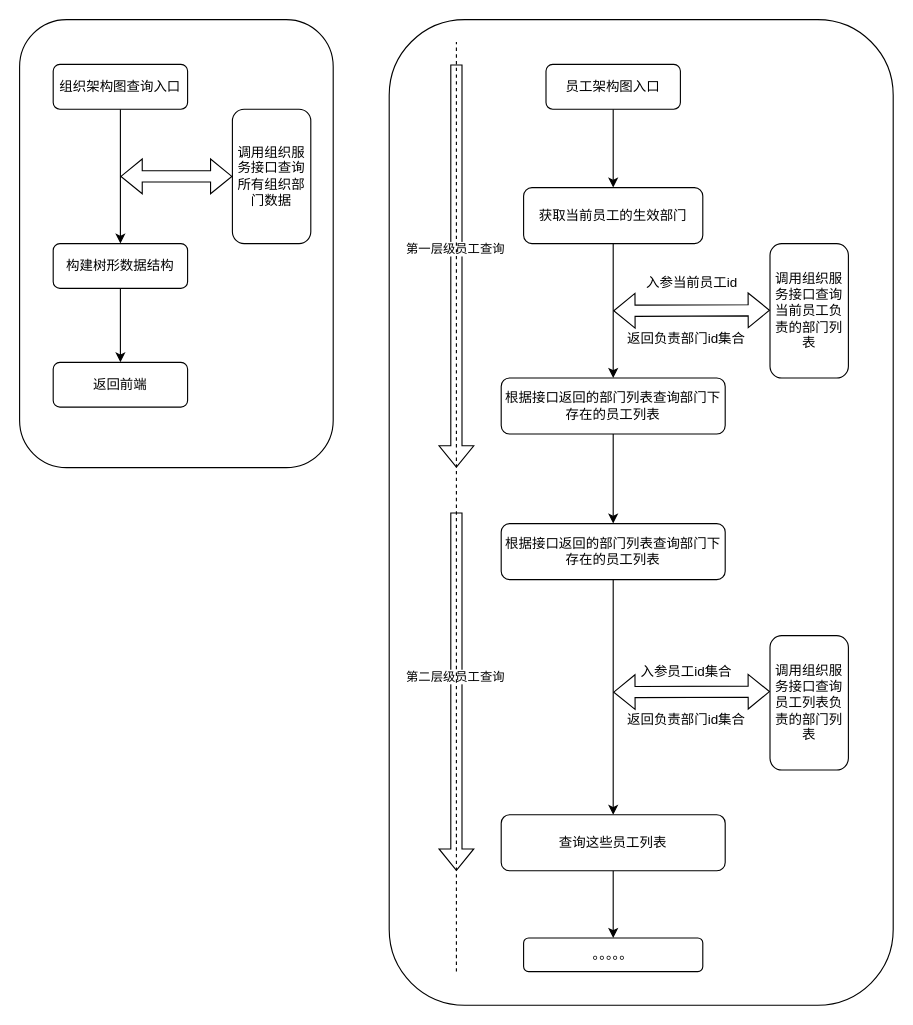
Above: 我的团队.drawio in Super-YYQ/drawIo (draw.io), before the change. Source tidied: cells renumbered, new cells numbered last; positions are measured from the earlier drawing's top-left corner, leaving out a move shared by most shapes. Both pictures are drawn from the tidied source at 112%, with x=0, y=0 at pixel (19, 19).
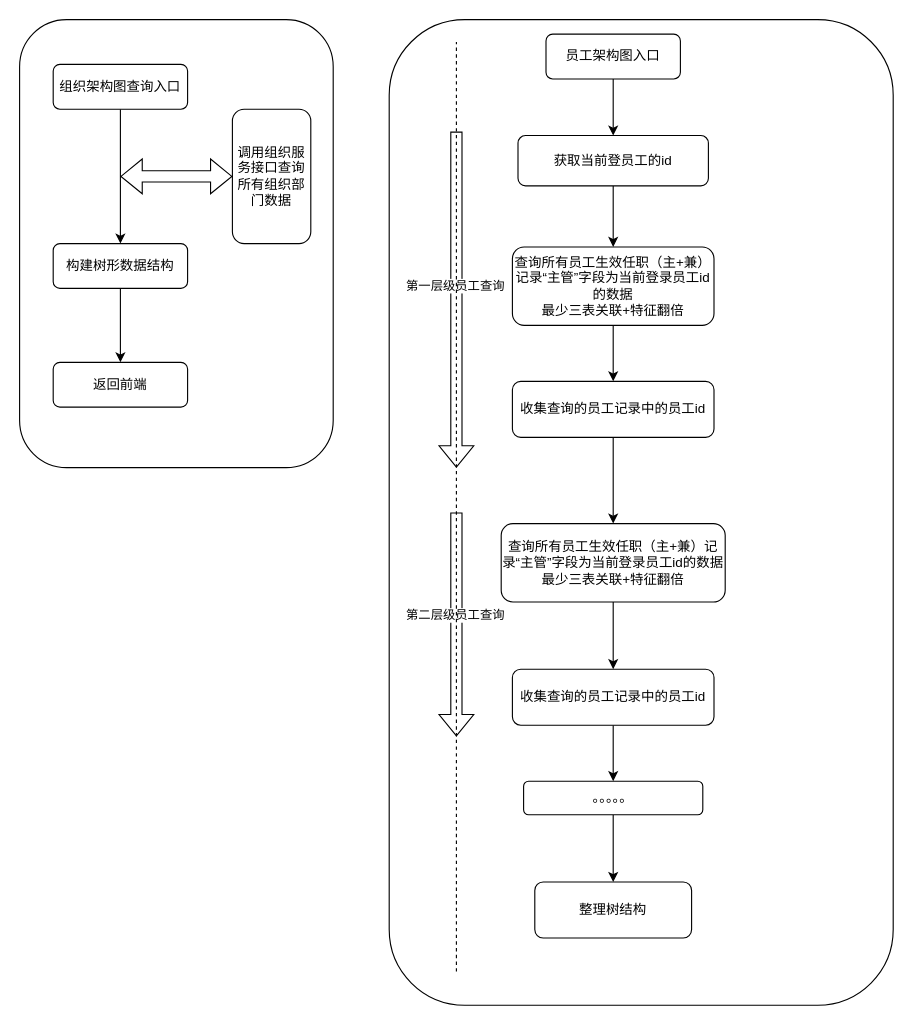
Above is the later version.

Commit message:
更新我的团队.drawio

Change to the diagram source:
```diff
@@
-    <mxCell id="11" style="edgeStyle=orthogonalEdgeStyle;rounded=0;jettySize=auto;html=1;" parent="1" edge="1" source="12" target="14">
-      <mxGeometry relative="1" as="geometry" />
-    </mxCell>
+    <mxCell id="35" style="edgeStyle=orthogonalEdgeStyle;rounded=0;jettySize=auto;html=1;" parent="1" edge="1" source="12" target="39">
+      <mxGeometry relative="1" as="geometry" />
+    </mxCell>
     <mxCell id="12" value="员工架构图入口" style="rounded=1;whiteSpace=wrap;html=1;" parent="1" vertex="1">
-      <mxGeometry x="470" y="40" width="120" height="40" as="geometry" />
+      <mxGeometry x="470" y="13" width="120" height="40" as="geometry" />
     </mxCell>
@@
-    <mxCell id="14" value="获取当前员工的生效部门" style="whiteSpace=wrap;html=1;rounded=1;" parent="1" vertex="1">
-      <mxGeometry x="450" y="150" width="160" height="50" as="geometry" />
+    <mxCell id="14" value="查询所有员工生效任职（主+兼）记录“主管”字段为当前登录员工id的数据&lt;br&gt;最少三表关联+特征翻倍" style="whiteSpace=wrap;html=1;rounded=1;" parent="1" vertex="1">
+      <mxGeometry x="440" y="203" width="180" height="70" as="geometry" />
     </mxCell>
@@
-    <mxCell id="16" value="根据接口返回的部门列表查询部门下存在的员工列表" style="whiteSpace=wrap;html=1;rounded=1;" parent="1" vertex="1">
-      <mxGeometry x="430" y="320" width="200" height="50" as="geometry" />
+    <mxCell id="16" value="收集查询的员工记录中的员工id" style="whiteSpace=wrap;html=1;rounded=1;" parent="1" vertex="1">
+      <mxGeometry x="440" y="323" width="180" height="50" as="geometry" />
     </mxCell>
-    <mxCell id="17" value="调用组织服务接口查询当前员工负责的部门列表" style="rounded=1;whiteSpace=wrap;html=1;direction=south;flipV=1;flipH=0;horizontal=1;" parent="1" vertex="1">
-      <mxGeometry x="670" y="200" width="70" height="120" as="geometry" />
-    </mxCell>
-    <mxCell id="18" style="shape=flexArrow;endArrow=classic;startArrow=classic;html=1;rounded=0;" parent="1" edge="1">
-      <mxGeometry relative="1" as="geometry">
-        <mxPoint x="530" y="260" as="sourcePoint" />
-        <mxPoint x="670" y="259.5" as="targetPoint" />
-      </mxGeometry>
-    </mxCell>
-    <mxCell id="19" style="edgeStyle=orthogonalEdgeStyle;rounded=0;jettySize=auto;html=1;" parent="1" edge="1" source="20" target="26">
-      <mxGeometry relative="1" as="geometry" />
-    </mxCell>
+    <mxCell id="36" style="edgeStyle=orthogonalEdgeStyle;rounded=0;jettySize=auto;html=1;" parent="1" edge="1" source="20" target="41">
+      <mxGeometry relative="1" as="geometry" />
+    </mxCell>
-    <mxCell id="20" value="根据接口返回的部门列表查询部门下存在的员工列表" style="whiteSpace=wrap;html=1;rounded=1;" parent="1" vertex="1">
-      <mxGeometry x="430" y="450" width="200" height="50" as="geometry" />
+    <mxCell id="20" value="查询所有员工生效任职（主+兼）记录“主管”字段为当前登录员工id的数据&lt;br style=&quot;border-color: var(--border-color);&quot;&gt;最少三表关联+特征翻倍" style="whiteSpace=wrap;html=1;rounded=1;" parent="1" vertex="1">
+      <mxGeometry x="430" y="450" width="200" height="70" as="geometry" />
     </mxCell>
     <mxCell id="21" style="shape=flexArrow;endArrow=classic;html=1;rounded=0;" parent="1" edge="1">
       <mxGeometry relative="1" as="geometry">
-        <mxPoint x="390" y="40" as="sourcePoint" />
+        <mxPoint x="390" y="100" as="sourcePoint" />
         <mxPoint x="390" y="400" as="targetPoint" />
       </mxGeometry>
     </mxCell>
@@
     <mxCell id="23" style="shape=flexArrow;endArrow=classic;html=1;rounded=0;" parent="1" edge="1">
       <mxGeometry relative="1" as="geometry">
         <mxPoint x="390" y="440" as="sourcePoint" />
-        <mxPoint x="390" y="760" as="targetPoint" />
+        <mxPoint x="390" y="640" as="targetPoint" />
       </mxGeometry>
     </mxCell>
@@
-    <mxCell id="25" style="edgeStyle=orthogonalEdgeStyle;rounded=0;jettySize=auto;html=1;" parent="1" edge="1" source="26" target="34">
-      <mxGeometry relative="1" as="geometry" />
-    </mxCell>
-    <mxCell id="26" value="查询这些员工列表" style="whiteSpace=wrap;html=1;rounded=1;" parent="1" vertex="1">
-      <mxGeometry x="430" y="710" width="200" height="50" as="geometry" />
-    </mxCell>
-    <mxCell id="27" style="shape=flexArrow;endArrow=classic;startArrow=classic;html=1;rounded=0;" parent="1" edge="1">
-      <mxGeometry relative="1" as="geometry">
-        <mxPoint x="530" y="600.5" as="sourcePoint" />
-        <mxPoint x="670" y="600" as="targetPoint" />
-      </mxGeometry>
-    </mxCell>
-    <mxCell id="28" value="调用组织服务接口查询员工列表负责的部门列表" style="rounded=1;whiteSpace=wrap;html=1;direction=south;flipV=1;flipH=0;horizontal=1;" parent="1" vertex="1">
-      <mxGeometry x="670" y="550" width="70" height="120" as="geometry" />
-    </mxCell>
-    <mxCell id="29" value="入参员工id集合" style="text;html=1;align=center;verticalAlign=middle;strokeColor=none;fillColor=none;" parent="1" vertex="1">
-      <mxGeometry x="545" y="568" width="100" height="30" as="geometry" />
-    </mxCell>
-    <mxCell id="30" value="返回负责部门id集合" style="text;html=1;align=center;verticalAlign=middle;strokeColor=none;fillColor=none;" parent="1" vertex="1">
-      <mxGeometry x="530" y="610" width="130" height="30" as="geometry" />
-    </mxCell>
-    <mxCell id="31" value="入参当前员工id" style="text;html=1;align=center;verticalAlign=middle;strokeColor=none;fillColor=none;" parent="1" vertex="1">
-      <mxGeometry x="550" y="220" width="100" height="30" as="geometry" />
-    </mxCell>
-    <mxCell id="32" value="返回负责部门id集合" style="text;html=1;align=center;verticalAlign=middle;strokeColor=none;fillColor=none;" parent="1" vertex="1">
-      <mxGeometry x="530" y="270" width="130" height="30" as="geometry" />
-    </mxCell>
@@
+    <mxCell id="37" style="edgeStyle=orthogonalEdgeStyle;rounded=0;jettySize=auto;html=1;" parent="1" edge="1" source="34" target="42">
+      <mxGeometry relative="1" as="geometry" />
+    </mxCell>
     <mxCell id="34" value="。。。。。" style="whiteSpace=wrap;html=1;rounded=1;" parent="1" vertex="1">
-      <mxGeometry x="450" y="820" width="160" height="30" as="geometry" />
+      <mxGeometry x="450" y="680" width="160" height="30" as="geometry" />
     </mxCell>
+    <mxCell id="38" style="edgeStyle=orthogonalEdgeStyle;rounded=0;jettySize=auto;html=1;" parent="1" edge="1" source="39" target="14">
+      <mxGeometry relative="1" as="geometry" />
+    </mxCell>
+    <mxCell id="39" value="获取当前登员工的id" style="whiteSpace=wrap;html=1;rounded=1;" parent="1" vertex="1">
+      <mxGeometry x="445" y="103.5" width="170" height="45" as="geometry" />
+    </mxCell>
+    <mxCell id="40" style="edgeStyle=orthogonalEdgeStyle;rounded=0;jettySize=auto;html=1;" parent="1" edge="1" source="41" target="34">
+      <mxGeometry relative="1" as="geometry" />
+    </mxCell>
+    <mxCell id="41" value="收集查询的员工记录中的员工id" style="whiteSpace=wrap;html=1;rounded=1;" parent="1" vertex="1">
+      <mxGeometry x="440" y="580" width="180" height="50" as="geometry" />
+    </mxCell>
+    <mxCell id="42" value="整理树结构" style="whiteSpace=wrap;html=1;rounded=1;" parent="1" vertex="1">
+      <mxGeometry x="460" y="770" width="140" height="50" as="geometry" />
+    </mxCell>
```
